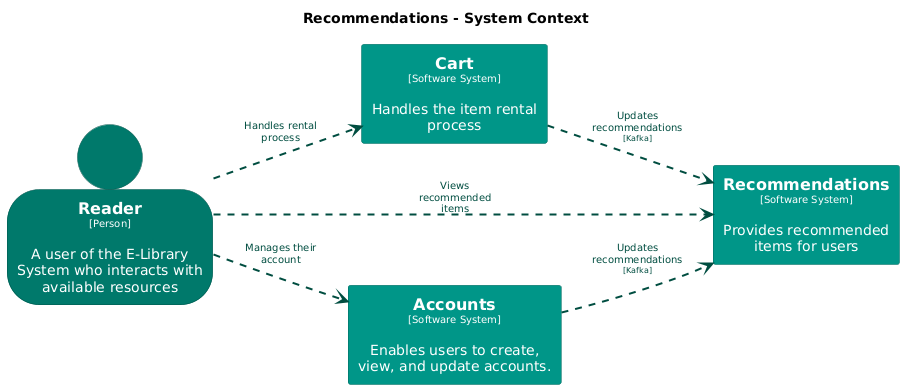
This is main/png/SystemContext-005.png from Goodmorning918/E-Library-Architecture, a PlantUML export, as it was before one commit. The source it was exported from:
```plantuml
@startuml
set separator none
title Recommendations - System Context

left to right direction

skinparam {
  arrowFontSize 10
  defaultTextAlignment center
  wrapWidth 200
  maxMessageSize 100
}

hide stereotype

skinparam rectangle<<Accounts>> {
  BackgroundColor #009688
  FontColor #ffffff
  BorderColor #00695f
  shadowing false
}
skinparam rectangle<<Cart>> {
  BackgroundColor #009688
  FontColor #ffffff
  BorderColor #00695f
  shadowing false
}
skinparam person<<Reader>> {
  BackgroundColor #00796b
  FontColor #ffffff
  BorderColor #00544a
  shadowing false
}
skinparam rectangle<<Recommendations>> {
  BackgroundColor #009688
  FontColor #ffffff
  BorderColor #00695f
  shadowing false
}

person "==Reader\n<size:10>[Person]</size>\n\nA user of the E-Library System who interacts with available resources" <<Reader>> as Reader
rectangle "==Cart\n<size:10>[Software System]</size>\n\nHandles the item rental process" <<Cart>> as Cart
rectangle "==Recommendations\n<size:10>[Software System]</size>\n\nProvides recommended items for users" <<Recommendations>> as Recommendations
rectangle "==Accounts\n<size:10>[Software System]</size>\n\nEnables users to create, view, and update accounts." <<Accounts>> as Accounts

Reader .[#004d40,thickness=2].> Accounts : "<color:#004d40>Manages their account"
Reader .[#004d40,thickness=2].> Cart : "<color:#004d40>Handles rental process"
Reader .[#004d40,thickness=2].> Recommendations : "<color:#004d40>Views recommended items"
Accounts .[#004d40,thickness=2].> Recommendations : "<color:#004d40>Updates recommendations\n<color:#004d40><size:8>[Kafka]</size>"
Cart .[#004d40,thickness=2].> Recommendations : "<color:#004d40>Updates recommendations\n<color:#004d40><size:8>[Kafka]</size>"
@enduml
```
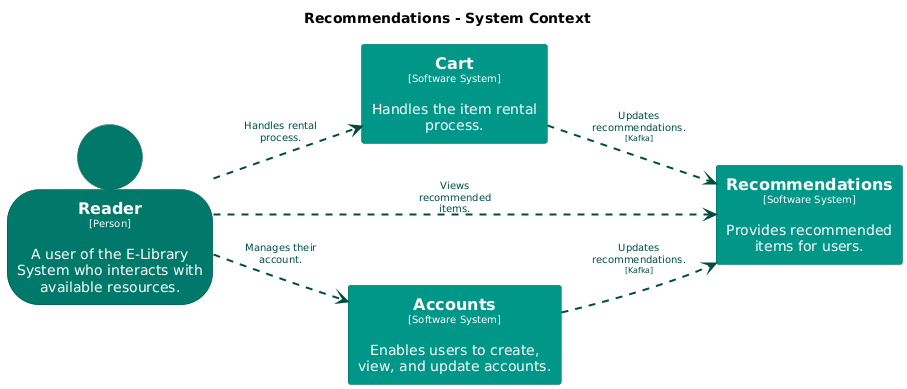
After the change.

The edit, as a diff of the source:
```diff
@@ -38,14 +38,14 @@
   shadowing false
 }
 
-person "==Reader\n<size:10>[Person]</size>\n\nA user of the E-Library System who interacts with available resources" <<Reader>> as Reader
-rectangle "==Cart\n<size:10>[Software System]</size>\n\nHandles the item rental process" <<Cart>> as Cart
-rectangle "==Recommendations\n<size:10>[Software System]</size>\n\nProvides recommended items for users" <<Recommendations>> as Recommendations
+person "==Reader\n<size:10>[Person]</size>\n\nA user of the E-Library System who interacts with available resources." <<Reader>> as Reader
+rectangle "==Cart\n<size:10>[Software System]</size>\n\nHandles the item rental process." <<Cart>> as Cart
+rectangle "==Recommendations\n<size:10>[Software System]</size>\n\nProvides recommended items for users." <<Recommendations>> as Recommendations
 rectangle "==Accounts\n<size:10>[Software System]</size>\n\nEnables users to create, view, and update accounts." <<Accounts>> as Accounts
 
-Reader .[#004d40,thickness=2].> Accounts : "<color:#004d40>Manages their account"
-Reader .[#004d40,thickness=2].> Cart : "<color:#004d40>Handles rental process"
-Reader .[#004d40,thickness=2].> Recommendations : "<color:#004d40>Views recommended items"
-Accounts .[#004d40,thickness=2].> Recommendations : "<color:#004d40>Updates recommendations\n<color:#004d40><size:8>[Kafka]</size>"
-Cart .[#004d40,thickness=2].> Recommendations : "<color:#004d40>Updates recommendations\n<color:#004d40><size:8>[Kafka]</size>"
+Reader .[#004d40,thickness=2].> Accounts : "<color:#004d40>Manages their account."
+Reader .[#004d40,thickness=2].> Cart : "<color:#004d40>Handles rental process."
+Reader .[#004d40,thickness=2].> Recommendations : "<color:#004d40>Views recommended items."
+Accounts .[#004d40,thickness=2].> Recommendations : "<color:#004d40>Updates recommendations.\n<color:#004d40><size:8>[Kafka]</size>"
+Cart .[#004d40,thickness=2].> Recommendations : "<color:#004d40>Updates recommendations.\n<color:#004d40><size:8>[Kafka]</size>"
 @enduml
```
